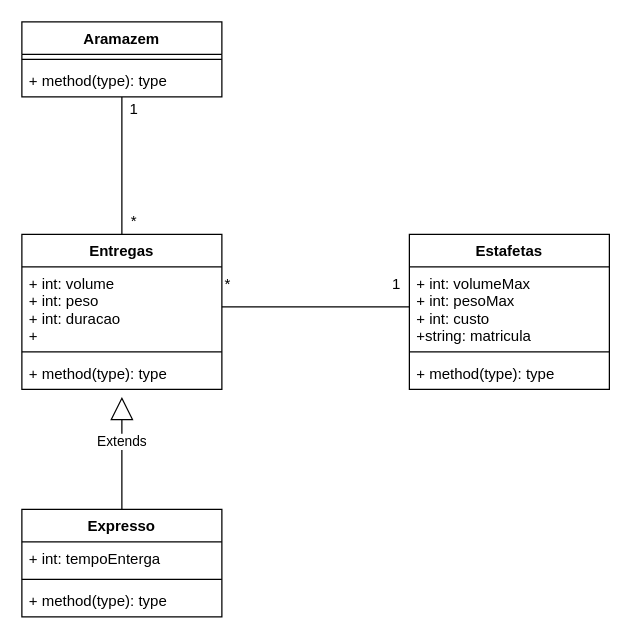
Before: documentacao/uml.drawio in DanielaTomas/FEUP-DA-proj1, a draw.io diagram. Source tidied: cells renumbered, new cells numbered last; positions are measured from the earlier drawing's top-left corner, leaving out a move shared by most shapes. Both pictures are drawn from the tidied source at 125%, with x=0, y=0 at pixel (21, 21).
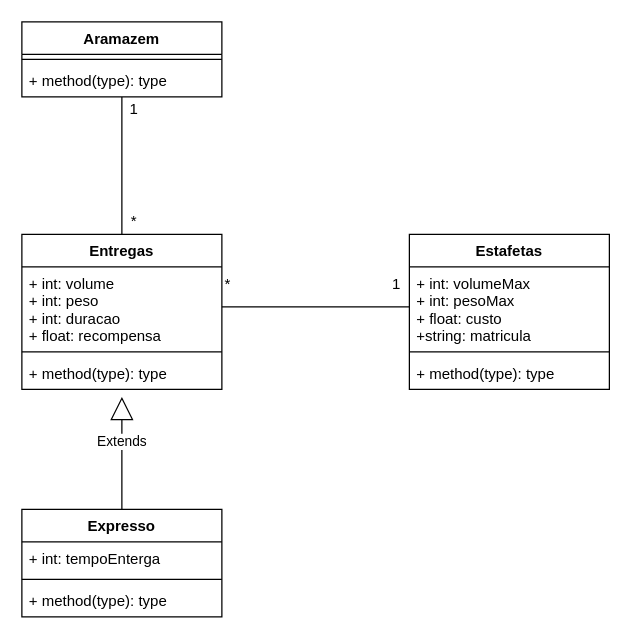
Above is the later version.

Unchanged cells that the change refers to:
```xml
<mxCell id="2" value="Entregas" style="swimlane;fontStyle=1;align=center;verticalAlign=top;horizontal=1;startSize=26;" parent="1" vertex="1">
  <mxGeometry y="170" width="160" height="124" as="geometry" />
</mxCell>
<mxCell id="10" value="Estafetas" style="swimlane;fontStyle=1;align=center;verticalAlign=top;horizontal=1;startSize=26;" parent="1" vertex="1">
  <mxGeometry x="310" y="170" width="160" height="124" as="geometry" />
</mxCell>
```

Diff of the diagram source:
```diff
@@
-    <mxCell id="3" value="+ int: volume&#10;+ int: peso&#10;+ int: duracao&#10;+ " style="text;strokeColor=none;fillColor=none;align=left;verticalAlign=top;spacingLeft=4;spacingRight=4;overflow=hidden;points=[[0,0.5],[1,0.5]];portConstraint=eastwest;" parent="2" vertex="1">
+    <mxCell id="3" value="+ int: volume&#10;+ int: peso&#10;+ int: duracao&#10;+ float: recompensa" style="text;strokeColor=none;fillColor=none;align=left;verticalAlign=top;spacingLeft=4;spacingRight=4;overflow=hidden;points=[[0,0.5],[1,0.5]];portConstraint=eastwest;" parent="2" vertex="1">
       <mxGeometry y="26" width="160" height="64" as="geometry" />
     </mxCell>
@@
-    <mxCell id="11" value="+ int: volumeMax&#10;+ int: pesoMax&#10;+ int: custo&#10;+string: matricula" style="text;strokeColor=none;fillColor=none;align=left;verticalAlign=top;spacingLeft=4;spacingRight=4;overflow=hidden;points=[[0,0.5],[1,0.5]];portConstraint=eastwest;" parent="10" vertex="1">
+    <mxCell id="11" value="+ int: volumeMax&#10;+ int: pesoMax&#10;+ float: custo&#10;+string: matricula" style="text;strokeColor=none;fillColor=none;align=left;verticalAlign=top;spacingLeft=4;spacingRight=4;overflow=hidden;points=[[0,0.5],[1,0.5]];portConstraint=eastwest;" parent="10" vertex="1">
       <mxGeometry y="26" width="160" height="64" as="geometry" />
     </mxCell>
```
